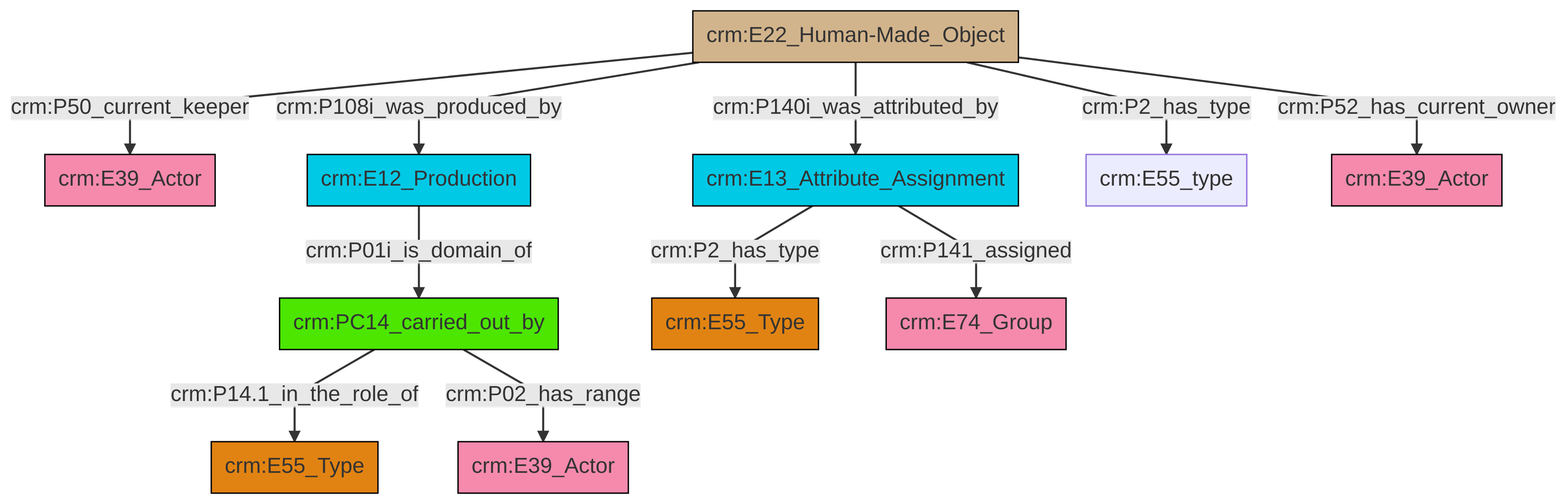
Earlier version of the Mermaid export et/artworkCSV/ttl/mmd/png/Artwork_Actor_Relations.png (swiss-art-research-net/reference-data-models). Its source is kept beside it as et/artworkCSV/ttl/mmd/Artwork_Actor_Relations.ttl.mmd.
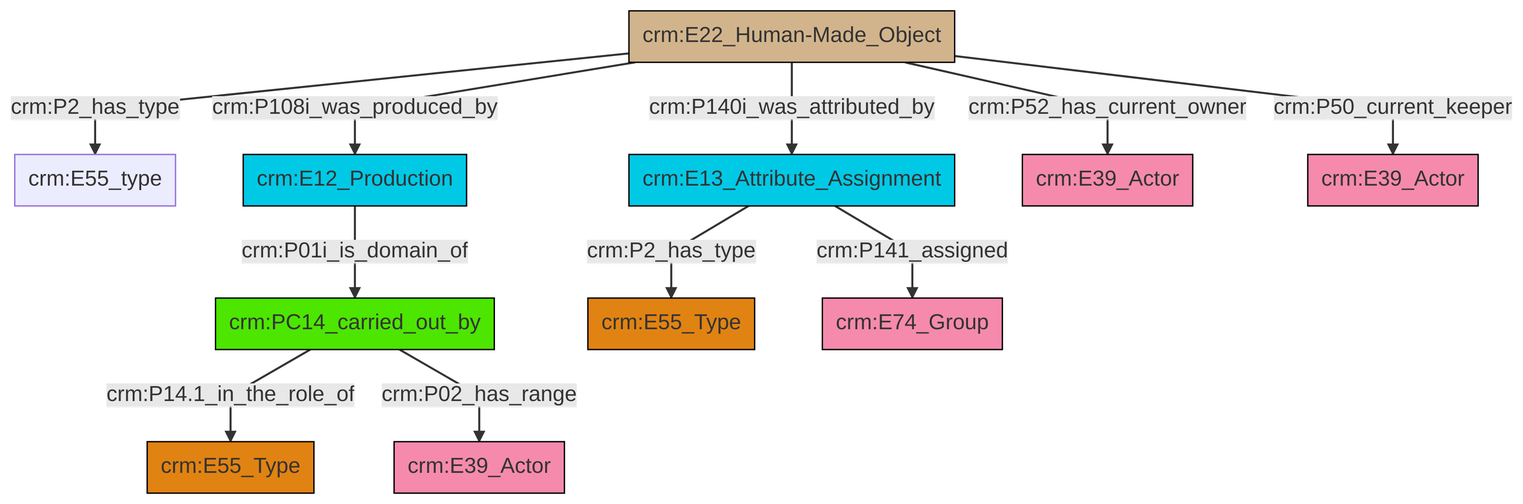
The same file after the commit.

What changed in the source:
```diff
@@ -13,13 +13,13 @@
 classDef PC_Classes fill:#4ce600, stroke:#000000;
 classDef Multi fill:#cccccc,stroke:#000000;
 
-0["crm:PC14_carried_out_by"]:::PC_Classes -->|crm:P14.1_in_the_role_of| 1["crm:E55_Type"]:::Type
-0["crm:PC14_carried_out_by"]:::PC_Classes -->|crm:P02_has_range| 3["crm:E39_Actor"]:::Actor
-6["crm:E22_Human-Made_Object"]:::Physical_Thing -->|crm:P108i_was_produced_by| 7["crm:E12_Production"]:::Temporal_Entity
-10["crm:E13_Attribute_Assignment"]:::Temporal_Entity -->|crm:P141_assigned| 11["crm:E74_Group"]:::Actor
-7["crm:E12_Production"]:::Temporal_Entity -->|crm:P01i_is_domain_of| 0["crm:PC14_carried_out_by"]:::PC_Classes
-6["crm:E22_Human-Made_Object"]:::Physical_Thing -->|crm:P2_has_type| 17["crm:E55_type"]:::Default
+2["crm:E22_Human-Made_Object"]:::Physical_Thing -->|crm:P2_has_type| 4["crm:E55_type"]:::Default
+6["crm:PC14_carried_out_by"]:::PC_Classes -->|crm:P14.1_in_the_role_of| 0["crm:E55_Type"]:::Type
+2["crm:E22_Human-Made_Object"]:::Physical_Thing -->|crm:P140i_was_attributed_by| 10["crm:E13_Attribute_Assignment"]:::Temporal_Entity
+2["crm:E22_Human-Made_Object"]:::Physical_Thing -->|crm:P52_has_current_owner| 16["crm:E39_Actor"]:::Actor
+10["crm:E13_Attribute_Assignment"]:::Temporal_Entity -->|crm:P141_assigned| 17["crm:E74_Group"]:::Actor
+11["crm:E12_Production"]:::Temporal_Entity -->|crm:P01i_is_domain_of| 6["crm:PC14_carried_out_by"]:::PC_Classes
+2["crm:E22_Human-Made_Object"]:::Physical_Thing -->|crm:P108i_was_produced_by| 11["crm:E12_Production"]:::Temporal_Entity
 10["crm:E13_Attribute_Assignment"]:::Temporal_Entity -->|crm:P2_has_type| 8["crm:E55_Type"]:::Type
-6["crm:E22_Human-Made_Object"]:::Physical_Thing -->|crm:P50_current_keeper| 4["crm:E39_Actor"]:::Actor
-6["crm:E22_Human-Made_Object"]:::Physical_Thing -->|crm:P140i_was_attributed_by| 10["crm:E13_Attribute_Assignment"]:::Temporal_Entity
-6["crm:E22_Human-Made_Object"]:::Physical_Thing -->|crm:P52_has_current_owner| 19["crm:E39_Actor"]:::Actor
+6["crm:PC14_carried_out_by"]:::PC_Classes -->|crm:P02_has_range| 13["crm:E39_Actor"]:::Actor
+2["crm:E22_Human-Made_Object"]:::Physical_Thing -->|crm:P50_current_keeper| 19["crm:E39_Actor"]:::Actor
```
